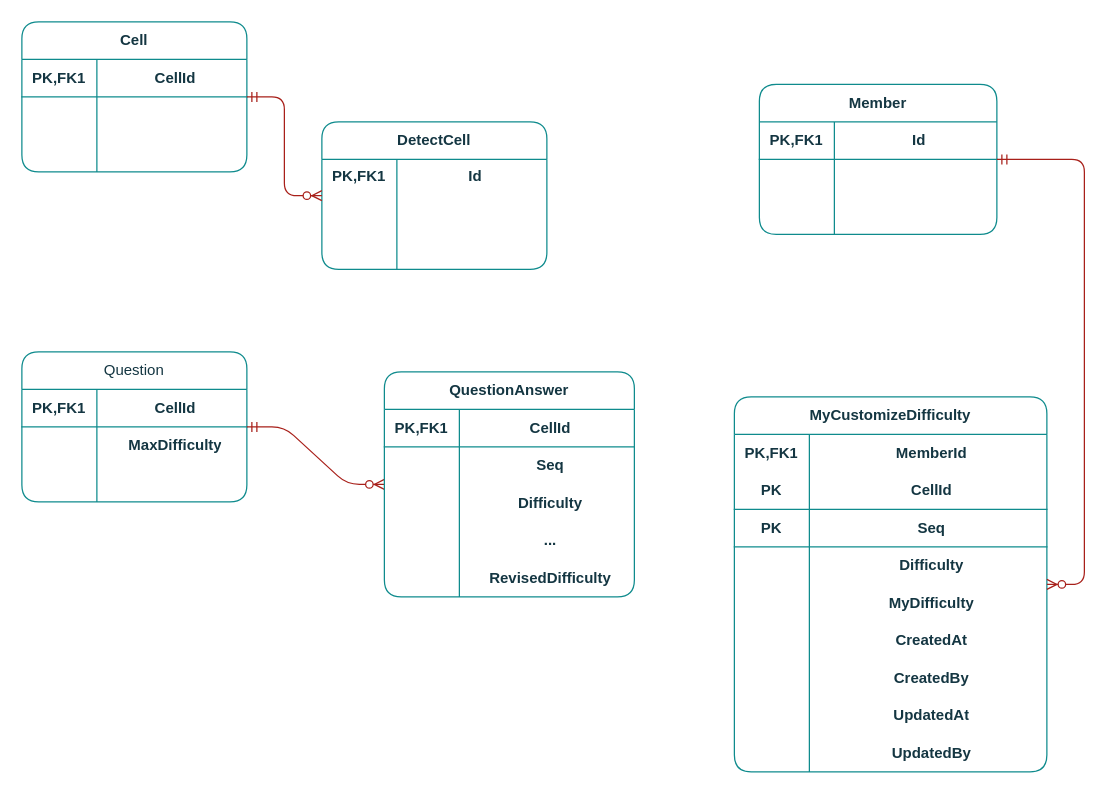
Earlier version of the draw.io diagram custom difficulty.drawio (hyeonzx/custom-difficulty). Source tidied: cells renumbered, new cells numbered last; positions are measured from the earlier drawing's top-left corner, leaving out a move shared by most shapes. Both pictures are drawn from the tidied source at 125%, with x=0, y=0 at pixel (21, 21).
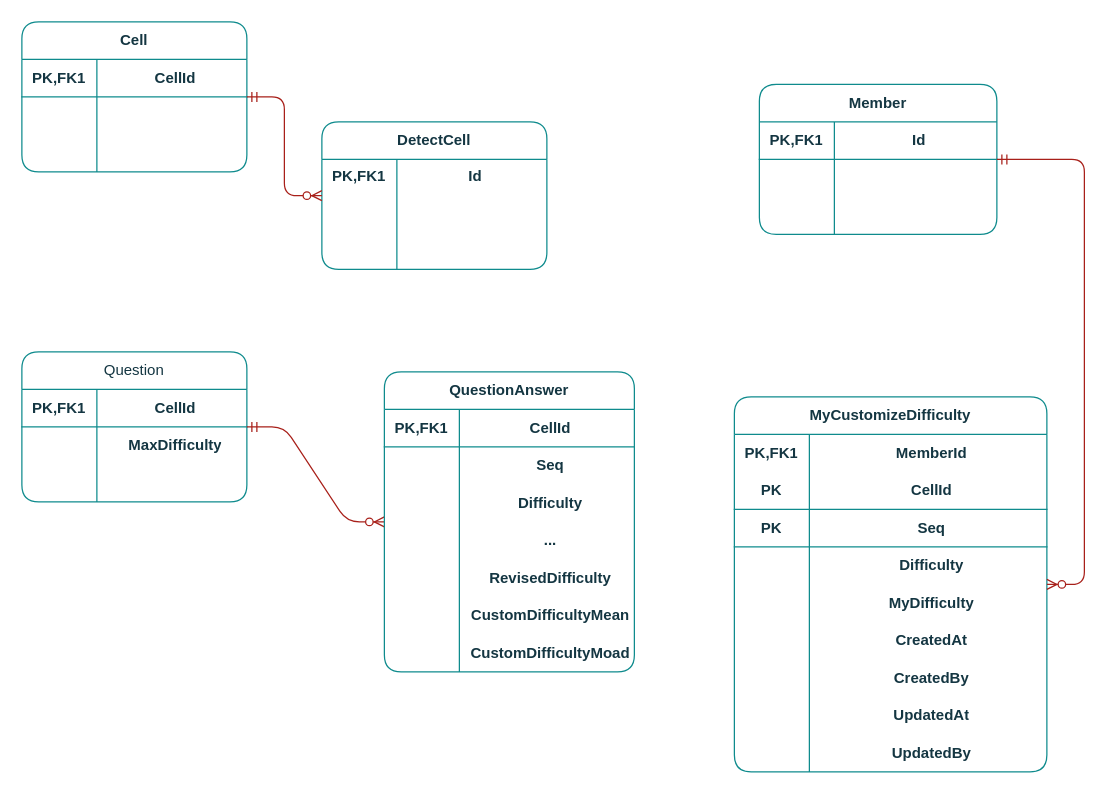
The same page after the edit.

The edit, as a diff of the source:
```diff
@@
     <mxCell id="73" value="QuestionAnswer" style="shape=table;startSize=30;childLayout=tableLayout;rowLines=0;fontStyle=1;align=center;html=1;whiteSpace=wrap;swimlaneLine=1;verticalAlign=middle;fontFamily=Helvetica;fontSize=12;fillColor=none;rounded=1;labelBackgroundColor=none;strokeColor=#0F8B8D;fontColor=#143642;" parent="1" vertex="1">
-      <mxGeometry x="290" y="280" width="200" height="180" as="geometry" />
+      <mxGeometry x="290" y="280" width="200" height="240" as="geometry" />
     </mxCell>
@@
+    <mxCell id="90" style="shape=tableRow;horizontal=0;startSize=0;swimlaneHead=0;swimlaneBody=0;fillColor=none;top=0;left=0;right=0;bottom=0;html=1;swimlaneLine=1;align=center;verticalAlign=middle;fontFamily=Helvetica;fontSize=12;fontStyle=1;labelBackgroundColor=none;strokeColor=#0F8B8D;fontColor=#143642;rounded=1;" parent="73" vertex="1">
+      <mxGeometry y="150" width="200" height="30" as="geometry" />
+    </mxCell>
+    <mxCell id="91" style="shape=partialRectangle;fillColor=none;top=0;left=0;bottom=0;right=0;overflow=hidden;html=1;whiteSpace=wrap;swimlaneLine=1;align=center;verticalAlign=middle;fontFamily=Helvetica;fontSize=12;fontStyle=1;labelBackgroundColor=none;strokeColor=#0F8B8D;fontColor=#143642;rounded=1;" parent="90" vertex="1">
+      <mxGeometry width="60" height="30" as="geometry" />
+    </mxCell>
+    <mxCell id="92" value="RevisedDifficulty" style="shape=partialRectangle;fillColor=none;top=0;left=0;bottom=0;right=0;align=center;spacingLeft=6;overflow=hidden;html=1;whiteSpace=wrap;swimlaneLine=1;verticalAlign=middle;fontFamily=Helvetica;fontSize=12;fontStyle=1;labelBackgroundColor=none;strokeColor=#0F8B8D;fontColor=#143642;rounded=1;" parent="90" vertex="1">
+      <mxGeometry x="60" width="140" height="30" as="geometry" />
+    </mxCell>
+    <mxCell id="93" style="shape=tableRow;horizontal=0;startSize=0;swimlaneHead=0;swimlaneBody=0;fillColor=none;top=0;left=0;right=0;bottom=0;html=1;swimlaneLine=1;align=center;verticalAlign=middle;fontFamily=Helvetica;fontSize=12;fontStyle=1;labelBackgroundColor=none;strokeColor=#0F8B8D;fontColor=#143642;rounded=1;" parent="73" vertex="1">
+      <mxGeometry y="180" width="200" height="30" as="geometry" />
+    </mxCell>
+    <mxCell id="94" style="shape=partialRectangle;fillColor=none;top=0;left=0;bottom=0;right=0;overflow=hidden;html=1;whiteSpace=wrap;swimlaneLine=1;align=center;verticalAlign=middle;fontFamily=Helvetica;fontSize=12;fontStyle=1;labelBackgroundColor=none;strokeColor=#0F8B8D;fontColor=#143642;rounded=1;" parent="93" vertex="1">
+      <mxGeometry width="60" height="30" as="geometry" />
+    </mxCell>
+    <mxCell id="95" value="CustomDifficultyMean" style="shape=partialRectangle;fillColor=none;top=0;left=0;bottom=0;right=0;align=center;spacingLeft=6;overflow=hidden;html=1;whiteSpace=wrap;swimlaneLine=1;verticalAlign=middle;fontFamily=Helvetica;fontSize=12;fontStyle=1;labelBackgroundColor=none;strokeColor=#0F8B8D;fontColor=#143642;rounded=1;" parent="93" vertex="1">
+      <mxGeometry x="60" width="140" height="30" as="geometry" />
+    </mxCell>
     <mxCell id="86" style="shape=tableRow;horizontal=0;startSize=0;swimlaneHead=0;swimlaneBody=0;fillColor=none;top=0;left=0;right=0;bottom=0;html=1;swimlaneLine=1;align=center;verticalAlign=middle;fontFamily=Helvetica;fontSize=12;fontStyle=1;labelBackgroundColor=none;strokeColor=#0F8B8D;fontColor=#143642;rounded=1;" parent="73" vertex="1">
-      <mxGeometry y="150" width="200" height="30" as="geometry" />
+      <mxGeometry y="210" width="200" height="30" as="geometry" />
     </mxCell>
@@
-    <mxCell id="88" value="RevisedDifficulty" style="shape=partialRectangle;fillColor=none;top=0;left=0;bottom=0;right=0;align=center;spacingLeft=6;overflow=hidden;html=1;whiteSpace=wrap;swimlaneLine=1;verticalAlign=middle;fontFamily=Helvetica;fontSize=12;fontStyle=1;labelBackgroundColor=none;strokeColor=#0F8B8D;fontColor=#143642;rounded=1;" parent="86" vertex="1">
+    <mxCell id="88" value="CustomDifficultyMoad" style="shape=partialRectangle;fillColor=none;top=0;left=0;bottom=0;right=0;align=center;spacingLeft=6;overflow=hidden;html=1;whiteSpace=wrap;swimlaneLine=1;verticalAlign=middle;fontFamily=Helvetica;fontSize=12;fontStyle=1;labelBackgroundColor=none;strokeColor=#0F8B8D;fontColor=#143642;rounded=1;" parent="86" vertex="1">
       <mxGeometry x="60" width="140" height="30" as="geometry" />
     </mxCell>
```
